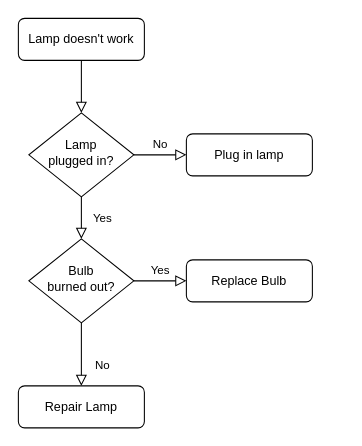
The draw.io diagram images/Untitled Diagram.drawio in mehdimunim/Helix-Analysis-Program, before the edit. Source tidied: cells renumbered, new cells numbered last; positions are measured from the earlier drawing's top-left corner, leaving out a move shared by most shapes. Both pictures are drawn from the tidied source at 105%, with x=0, y=0 at pixel (18, 18).
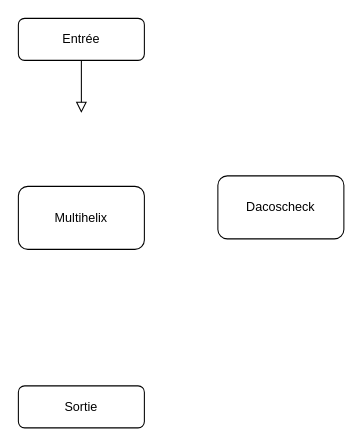
Above is the later version.

Change to the diagram source:
```diff
@@
 <mxGraphModel>
   <root>
     <mxCell id="0" />
     <mxCell id="1" parent="0" />
-    <mxCell id="2" style="rounded=0;html=1;jettySize=auto;fontSize=11;endArrow=block;endFill=0;endSize=8;strokeWidth=1;shadow=0;labelBackgroundColor=none;edgeStyle=orthogonalEdgeStyle;" parent="1" edge="1" source="3" target="6">
-      <mxGeometry relative="1" as="geometry" />
+    <mxCell id="2" style="rounded=0;html=1;jettySize=auto;fontSize=11;endArrow=block;endFill=0;endSize=8;strokeWidth=1;shadow=0;labelBackgroundColor=none;edgeStyle=orthogonalEdgeStyle;" parent="1" edge="1" source="3">
+      <mxGeometry relative="1" as="geometry">
+        <mxPoint x="60" y="90" as="targetPoint" />
+      </mxGeometry>
     </mxCell>
-    <mxCell id="3" value="Lamp doesn't work" style="rounded=1;whiteSpace=wrap;html=1;fontSize=12;glass=0;strokeWidth=1;shadow=0;" parent="1" vertex="1">
+    <mxCell id="3" value="Entrée" style="rounded=1;whiteSpace=wrap;html=1;fontSize=12;glass=0;strokeWidth=1;shadow=0;" parent="1" vertex="1">
       <mxGeometry width="120" height="40" as="geometry" />
     </mxCell>
-    <mxCell id="4" value="Yes" style="rounded=0;html=1;jettySize=auto;fontSize=11;endArrow=block;endFill=0;endSize=8;strokeWidth=1;shadow=0;labelBackgroundColor=none;edgeStyle=orthogonalEdgeStyle;" parent="1" edge="1" source="6" target="10">
-      <mxGeometry y="20" relative="1" as="geometry" />
-    </mxCell>
-    <mxCell id="5" value="No" style="edgeStyle=orthogonalEdgeStyle;rounded=0;html=1;jettySize=auto;fontSize=11;endArrow=block;endFill=0;endSize=8;strokeWidth=1;shadow=0;labelBackgroundColor=none;" parent="1" edge="1" source="6" target="7">
-      <mxGeometry y="10" relative="1" as="geometry" />
-    </mxCell>
-    <mxCell id="6" value="Lamp&lt;br&gt;plugged in?" style="rhombus;whiteSpace=wrap;html=1;shadow=0;fontFamily=Helvetica;fontSize=12;align=center;strokeWidth=1;spacing=6;spacingTop=-4;" parent="1" vertex="1">
-      <mxGeometry x="10" y="90" width="100" height="80" as="geometry" />
-    </mxCell>
-    <mxCell id="7" value="Plug in lamp" style="rounded=1;whiteSpace=wrap;html=1;fontSize=12;glass=0;strokeWidth=1;shadow=0;" parent="1" vertex="1">
-      <mxGeometry x="160" y="110" width="120" height="40" as="geometry" />
-    </mxCell>
-    <mxCell id="8" value="No" style="rounded=0;html=1;jettySize=auto;fontSize=11;endArrow=block;endFill=0;endSize=8;strokeWidth=1;shadow=0;labelBackgroundColor=none;edgeStyle=orthogonalEdgeStyle;" parent="1" edge="1" source="10" target="11">
-      <mxGeometry x="0.33" y="20" relative="1" as="geometry" />
-    </mxCell>
-    <mxCell id="9" value="Yes" style="edgeStyle=orthogonalEdgeStyle;rounded=0;html=1;jettySize=auto;fontSize=11;endArrow=block;endFill=0;endSize=8;strokeWidth=1;shadow=0;labelBackgroundColor=none;" parent="1" edge="1" source="10" target="12">
-      <mxGeometry y="10" relative="1" as="geometry" />
-    </mxCell>
-    <mxCell id="10" value="Bulb&lt;br&gt;burned out?" style="rhombus;whiteSpace=wrap;html=1;shadow=0;fontFamily=Helvetica;fontSize=12;align=center;strokeWidth=1;spacing=6;spacingTop=-4;" parent="1" vertex="1">
-      <mxGeometry x="10" y="210" width="100" height="80" as="geometry" />
-    </mxCell>
-    <mxCell id="11" value="Repair Lamp" style="rounded=1;whiteSpace=wrap;html=1;fontSize=12;glass=0;strokeWidth=1;shadow=0;" parent="1" vertex="1">
+    <mxCell id="11" value="Sortie" style="rounded=1;whiteSpace=wrap;html=1;fontSize=12;glass=0;strokeWidth=1;shadow=0;" parent="1" vertex="1">
       <mxGeometry y="350" width="120" height="40" as="geometry" />
     </mxCell>
-    <mxCell id="12" value="Replace Bulb" style="rounded=1;whiteSpace=wrap;html=1;fontSize=12;glass=0;strokeWidth=1;shadow=0;" parent="1" vertex="1">
-      <mxGeometry x="160" y="230" width="120" height="40" as="geometry" />
-    </mxCell>
+    <mxCell id="13" value="Multihelix" style="rounded=1;whiteSpace=wrap;html=1;" parent="1" vertex="1">
+      <mxGeometry y="160" width="120" height="60" as="geometry" />
+    </mxCell>
+    <mxCell id="14" value="Dacoscheck&lt;br&gt;" style="rounded=1;whiteSpace=wrap;html=1;" parent="1" vertex="1">
+      <mxGeometry x="190" y="150" width="120" height="60" as="geometry" />
+    </mxCell>
   </root>
 </mxGraphModel>
```
